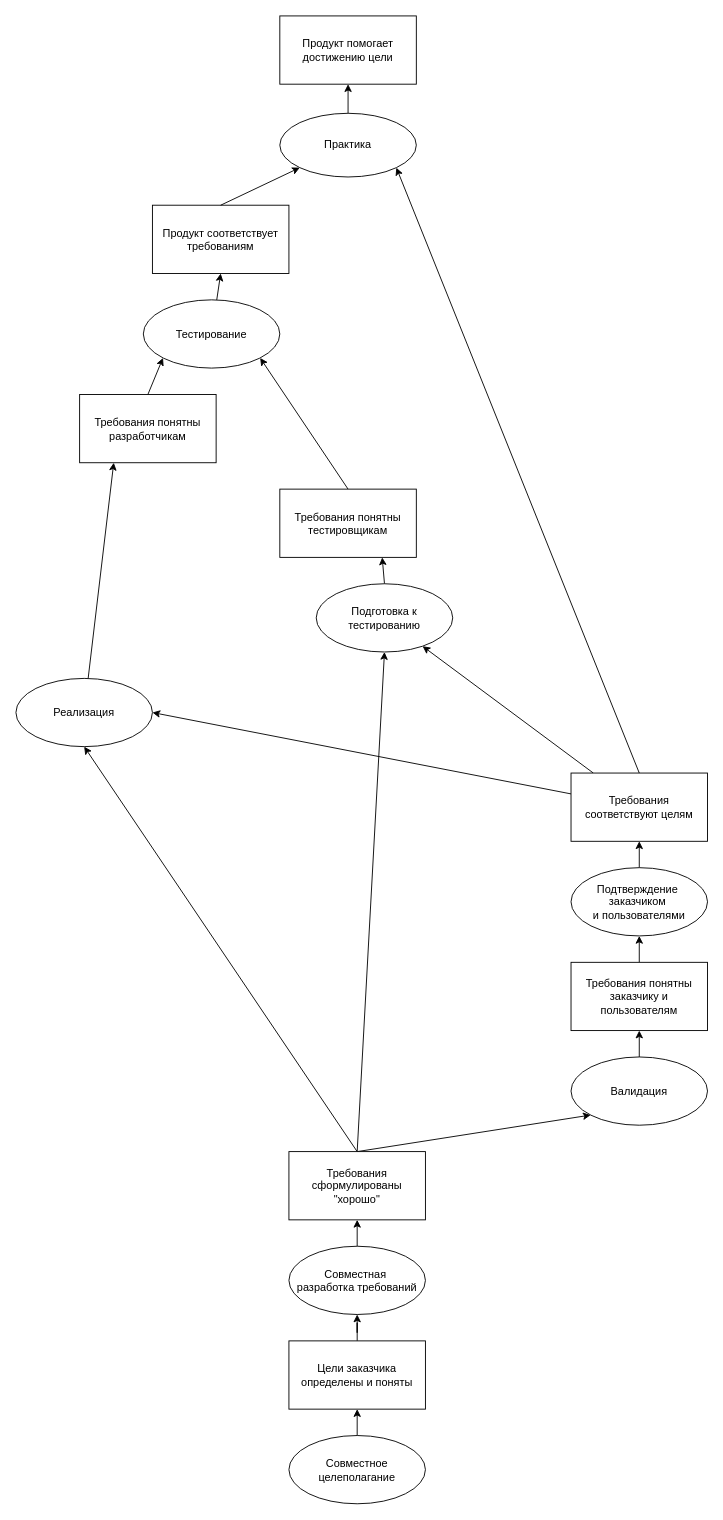
chaetal/why-test-first keeps this draw.io diagram as success-history.drawio. Above is the earlier version. Source tidied: cells renumbered, new cells numbered last; positions are measured from the earlier drawing's top-left corner, leaving out a move shared by most shapes. Both pictures are drawn from the tidied source at 91%, with x=0, y=0 at pixel (15, 15).
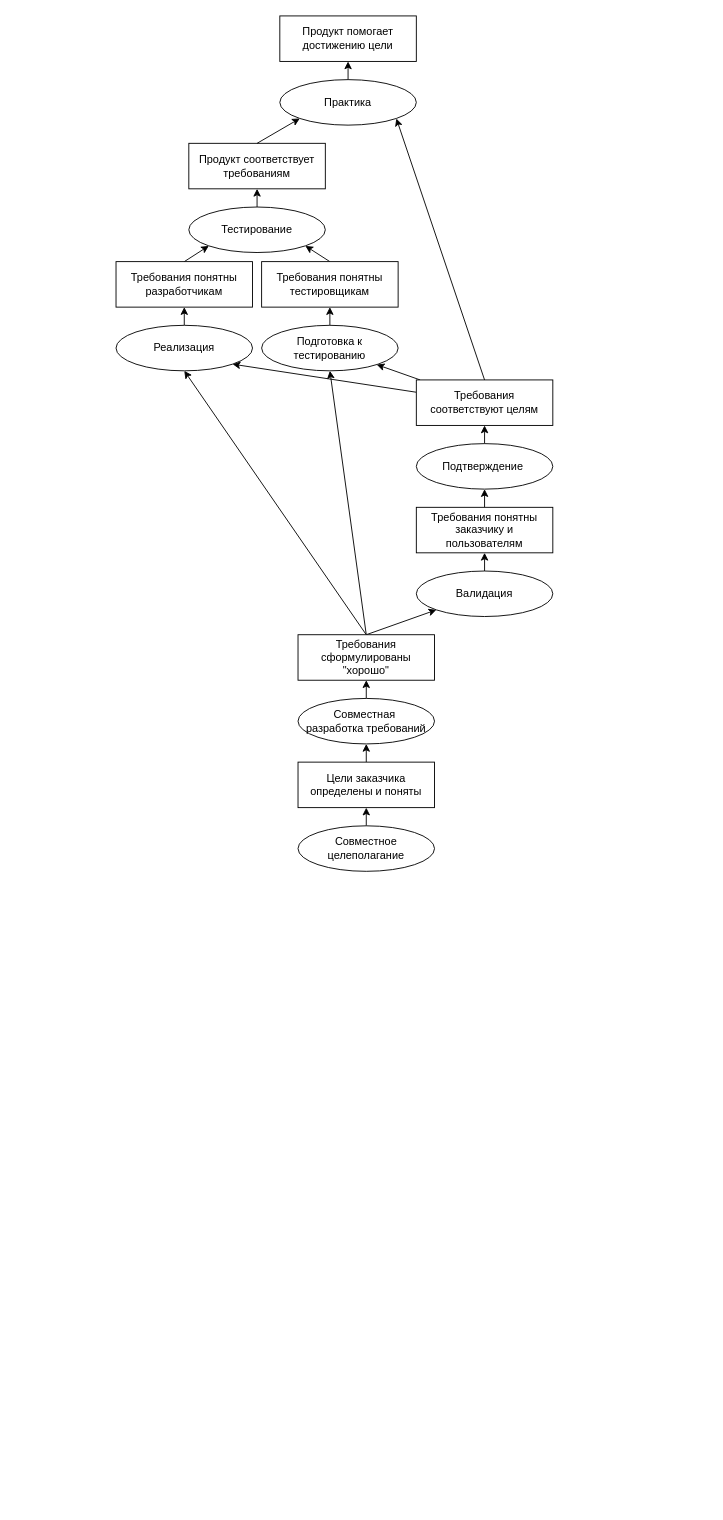
Above is the later version.

Change to the diagram source:
```diff
@@
     <mxCell id="2" value="Продукт соответствует требованиям" style="rounded=0;whiteSpace=wrap;html=1;" parent="1" vertex="1">
-      <mxGeometry x="150" y="208" width="150" height="75" as="geometry" />
+      <mxGeometry x="190" y="140" width="150" height="50" as="geometry" />
     </mxCell>
@@
-    <mxCell id="4" style="rounded=0;jettySize=auto;html=1;entryX=1;entryY=0.5;entryDx=0;entryDy=0;" parent="1" edge="1" source="5" target="26">
+    <mxCell id="4" style="rounded=0;jettySize=auto;html=1;entryX=1;entryY=1;entryDx=0;entryDy=0;" parent="1" edge="1" source="5" target="26">
       <mxGeometry relative="1" as="geometry" />
     </mxCell>
     <mxCell id="5" value="Требования соответствуют целям" style="rounded=0;whiteSpace=wrap;html=1;" parent="1" vertex="1">
-      <mxGeometry x="610" y="832" width="150" height="75" as="geometry" />
+      <mxGeometry x="440" y="400" width="150" height="50" as="geometry" />
     </mxCell>
@@
     <mxCell id="7" value="Требования понятны разработчикам" style="whiteSpace=wrap;html=1;" parent="1" vertex="1">
-      <mxGeometry x="70" y="416" width="150" height="75" as="geometry" />
+      <mxGeometry x="110" y="270" width="150" height="50" as="geometry" />
     </mxCell>
@@
     <mxCell id="9" value="Требования понятны тестировщикам" style="whiteSpace=wrap;html=1;" parent="1" vertex="1">
-      <mxGeometry x="290" y="520" width="150" height="75" as="geometry" />
+      <mxGeometry x="270" y="270" width="150" height="50" as="geometry" />
     </mxCell>
@@
     <mxCell id="13" value="Требования сформулированы &quot;хорошо&quot;" style="whiteSpace=wrap;html=1;" parent="1" vertex="1">
-      <mxGeometry x="300" y="1248" width="150" height="75" as="geometry" />
+      <mxGeometry x="310" y="680" width="150" height="50" as="geometry" />
     </mxCell>
-    <mxCell id="14" style="edgeStyle=orthogonalEdgeStyle;rounded=0;jettySize=auto;html=1;entryX=0.5;entryY=1;entryDx=0;entryDy=0;" parent="1" edge="1" source="15" target="34">
+    <mxCell id="14" style="rounded=0;jettySize=auto;html=1;entryX=0.5;entryY=1;entryDx=0;entryDy=0;" parent="1" edge="1" source="15" target="34">
       <mxGeometry relative="1" as="geometry" />
     </mxCell>
     <mxCell id="15" value="Цели заказчика определены и поняты" style="whiteSpace=wrap;html=1;" parent="1" vertex="1">
-      <mxGeometry x="300" y="1456" width="150" height="75" as="geometry" />
+      <mxGeometry x="310" y="820" width="150" height="50" as="geometry" />
     </mxCell>
     <mxCell id="16" value="Продукт помогает достижению цели" style="rounded=0;whiteSpace=wrap;html=1;" parent="1" vertex="1">
-      <mxGeometry x="290" width="150" height="75" as="geometry" />
+      <mxGeometry x="290" width="150" height="50" as="geometry" />
     </mxCell>
@@
     <mxCell id="20" value="Практика" style="ellipse;whiteSpace=wrap;html=1;" parent="1" vertex="1">
-      <mxGeometry x="290" y="107" width="150" height="70" as="geometry" />
+      <mxGeometry x="290" y="70" width="150" height="50" as="geometry" />
     </mxCell>
@@
     <mxCell id="22" value="Тестирование" style="ellipse;whiteSpace=wrap;html=1;" parent="1" vertex="1">
-      <mxGeometry x="140" y="312" width="150" height="75" as="geometry" />
+      <mxGeometry x="190" y="210" width="150" height="50" as="geometry" />
     </mxCell>
@@
-    <mxCell id="24" value="Подтверждение&amp;nbsp;&lt;div&gt;заказчиком&amp;nbsp;&lt;/div&gt;&lt;div&gt;и пользователями&lt;/div&gt;" style="ellipse;whiteSpace=wrap;html=1;" parent="1" vertex="1">
-      <mxGeometry x="610" y="936" width="150" height="75" as="geometry" />
+    <mxCell id="24" value="Подтверждение&amp;nbsp;" style="ellipse;whiteSpace=wrap;html=1;" parent="1" vertex="1">
+      <mxGeometry x="440" y="470" width="150" height="50" as="geometry" />
     </mxCell>
-    <mxCell id="25" style="rounded=0;jettySize=auto;html=1;entryX=0.25;entryY=1;entryDx=0;entryDy=0;" parent="1" edge="1" source="26" target="7">
+    <mxCell id="25" style="rounded=0;jettySize=auto;html=1;entryX=0.5;entryY=1;entryDx=0;entryDy=0;" parent="1" edge="1" source="26" target="7">
       <mxGeometry relative="1" as="geometry" />
     </mxCell>
     <mxCell id="26" value="Реализация" style="ellipse;whiteSpace=wrap;html=1;" parent="1" vertex="1">
-      <mxGeometry y="728" width="150" height="75" as="geometry" />
+      <mxGeometry x="110" y="340" width="150" height="50" as="geometry" />
     </mxCell>
-    <mxCell id="27" style="rounded=0;jettySize=auto;html=1;entryX=0.75;entryY=1;entryDx=0;entryDy=0;exitX=0.5;exitY=0;exitDx=0;exitDy=0;" parent="1" edge="1" source="28" target="9">
+    <mxCell id="27" style="rounded=0;jettySize=auto;html=1;entryX=0.5;entryY=1;entryDx=0;entryDy=0;exitX=0.5;exitY=0;exitDx=0;exitDy=0;" parent="1" edge="1" source="28" target="9">
       <mxGeometry relative="1" as="geometry" />
     </mxCell>
     <mxCell id="28" value="Подготовка к тестированию" style="ellipse;whiteSpace=wrap;html=1;" parent="1" vertex="1">
-      <mxGeometry x="330" y="624" width="150" height="75" as="geometry" />
+      <mxGeometry x="270" y="340" width="150" height="50" as="geometry" />
     </mxCell>
@@
     <mxCell id="31" value="Требования понятны заказчику и пользователям" style="rounded=0;whiteSpace=wrap;html=1;" parent="1" vertex="1">
-      <mxGeometry x="610" y="1040" width="150" height="75" as="geometry" />
+      <mxGeometry x="440" y="540" width="150" height="50" as="geometry" />
     </mxCell>
     <mxCell id="32" value="Валидация" style="ellipse;whiteSpace=wrap;html=1;" parent="1" vertex="1">
-      <mxGeometry x="610" y="1144" width="150" height="75" as="geometry" />
+      <mxGeometry x="440" y="610" width="150" height="50" as="geometry" />
     </mxCell>
@@
     <mxCell id="34" value="Совместная&amp;nbsp;&lt;div&gt;разработка&amp;nbsp;&lt;span style=&quot;background-color: initial;&quot;&gt;требований&lt;/span&gt;&lt;/div&gt;" style="ellipse;whiteSpace=wrap;html=1;" parent="1" vertex="1">
-      <mxGeometry x="300" y="1352" width="150" height="75" as="geometry" />
+      <mxGeometry x="310" y="750" width="150" height="50" as="geometry" />
     </mxCell>
@@
     <mxCell id="36" value="Совместное целеполаган&lt;span style=&quot;background-color: initial;&quot;&gt;ие&lt;/span&gt;" style="ellipse;whiteSpace=wrap;html=1;" parent="1" vertex="1">
-      <mxGeometry x="300" y="1560" width="150" height="75" as="geometry" />
+      <mxGeometry x="310" y="890" width="150" height="50" as="geometry" />
     </mxCell>
```
